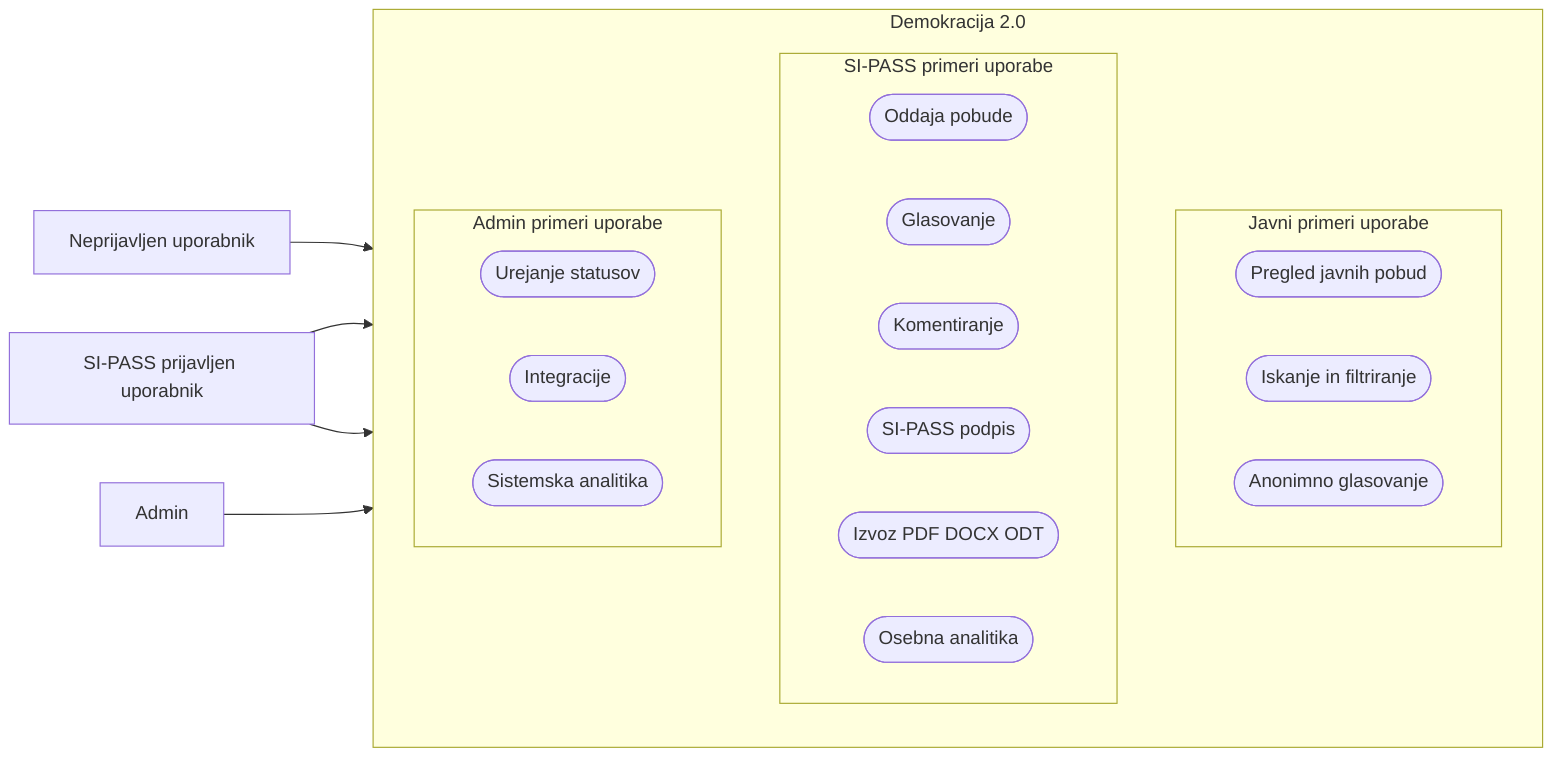
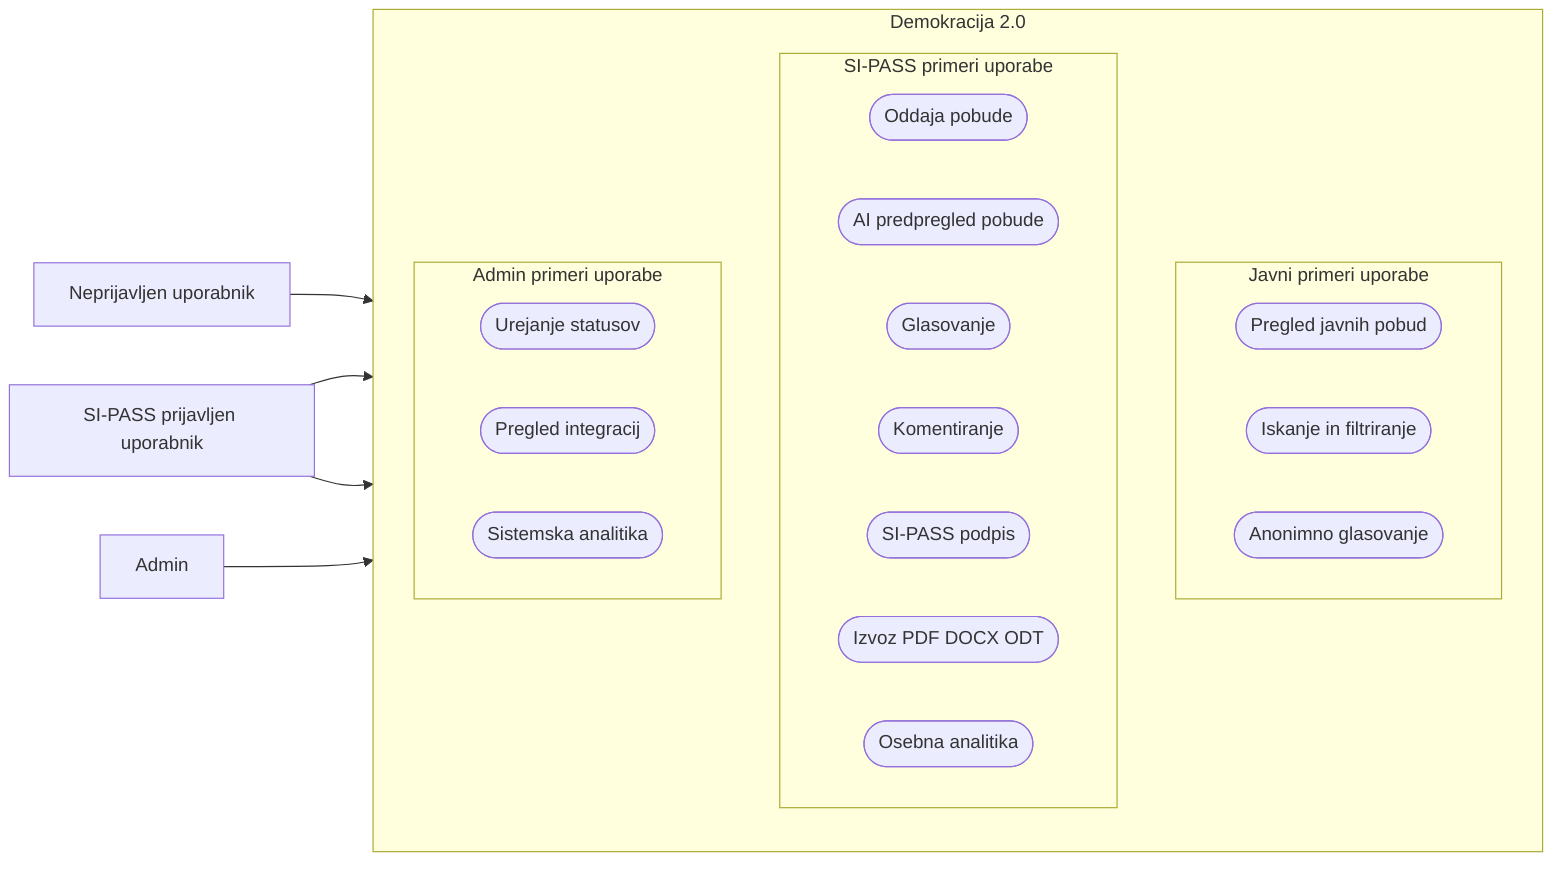
flowchart LR
  Anonymous[Neprijavljen uporabnik]
  Sipass[SI-PASS prijavljen uporabnik]
  Admin[Admin]

  subgraph App[Demokracija 2.0]
    direction TB

    subgraph PublicCases[Javni primeri uporabe]
      direction LR
      PublicList([Pregled javnih pobud])
      Search([Iskanje in filtriranje])
      AnonymousVote([Anonimno glasovanje])
    end

    subgraph SipassCases[SI-PASS primeri uporabe]
      direction LR
      Submit([Oddaja pobude])
+       AiReview([AI predpregled pobude])
      Vote([Glasovanje])
      Comment([Komentiranje])
      SipassSign([SI-PASS podpis])
      ExportDocs([Izvoz PDF DOCX ODT])
      UserAnalytics([Osebna analitika])
    end

    subgraph AdminCases[Admin primeri uporabe]
      direction LR
      StatusAdmin([Urejanje statusov])
-       Integrations([Integracije])
+       Integrations([Pregled integracij])
      SystemAnalytics([Sistemska analitika])
    end
  end

  Anonymous --> PublicCases
  Sipass --> PublicCases
  Sipass --> SipassCases
  Admin --> AdminCases
